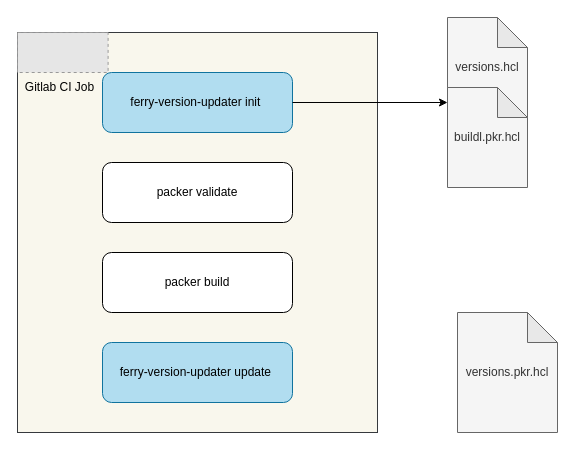
This is ferry-version-updater.drawio from YanshanSong/draw.io, a draw.io file, before an edit. Source tidied: cells renumbered, new cells numbered last; positions are measured from the earlier drawing's top-left corner, leaving out a move shared by most shapes. Both pictures are drawn from the tidied source at 100%, with x=0, y=0 at pixel (17, 17). Pictures stored in the file or linked from it are replaced by grey dashed boxes.
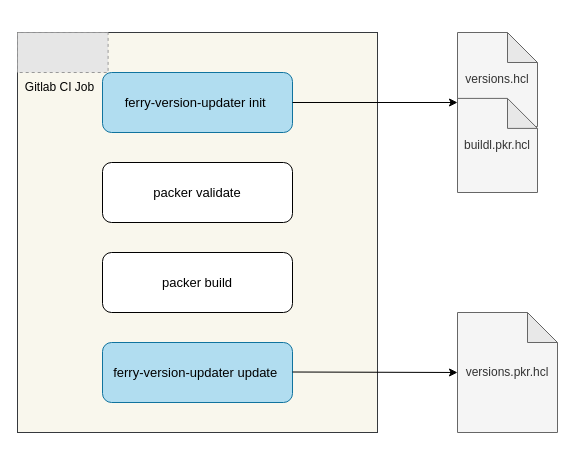
After the change.

What changed in the source:
```diff
@@
 <mxGraphModel>
   <root>
     <mxCell id="0" />
     <mxCell id="1" parent="0" />
     <mxCell id="2" style="rounded=0;whiteSpace=wrap;html=1;fillColor=#f9f7ed;strokeColor=#36393d;" parent="1" vertex="1">
       <mxGeometry y="15" width="360" height="400" as="geometry" />
     </mxCell>
-    <mxCell id="3" value="ferry-version-updater init&amp;nbsp;" style="rounded=1;whiteSpace=wrap;html=1;fillColor=#b1ddf0;strokeColor=#10739e;" parent="1" vertex="1">
+    <mxCell id="3" value="ferry-version-updater init&amp;nbsp;" style="rounded=1;whiteSpace=wrap;html=1;fillColor=#b1ddf0;strokeColor=#10739e;fontSize=13;" parent="1" vertex="1">
       <mxGeometry x="85" y="55" width="190" height="60" as="geometry" />
     </mxCell>
-    <mxCell id="4" value="packer validate" style="rounded=1;whiteSpace=wrap;html=1;" parent="1" vertex="1">
+    <mxCell id="4" value="packer validate" style="rounded=1;whiteSpace=wrap;html=1;fontSize=13;" parent="1" vertex="1">
       <mxGeometry x="85" y="145" width="190" height="60" as="geometry" />
     </mxCell>
-    <mxCell id="5" value="packer build" style="rounded=1;whiteSpace=wrap;html=1;" parent="1" vertex="1">
+    <mxCell id="5" value="packer build" style="rounded=1;whiteSpace=wrap;html=1;fontSize=13;" parent="1" vertex="1">
       <mxGeometry x="85" y="235" width="190" height="60" as="geometry" />
     </mxCell>
-    <mxCell id="6" value="ferry-version-updater update&amp;nbsp;" style="rounded=1;whiteSpace=wrap;html=1;fillColor=#b1ddf0;strokeColor=#10739e;" parent="1" vertex="1">
+    <mxCell id="6" value="ferry-version-updater update&amp;nbsp;" style="rounded=1;whiteSpace=wrap;html=1;fillColor=#b1ddf0;strokeColor=#10739e;fontSize=13;" parent="1" vertex="1">
       <mxGeometry x="85" y="325" width="190" height="60" as="geometry" />
     </mxCell>
     <mxCell id="7" style="fillColor=#E6E6E6;strokeColor=#999999;dashed=1;verticalLabelPosition=bottom;labelBackgroundColor=default;verticalAlign=top;" parent="1" vertex="1">
       <mxGeometry y="15" width="90.6" height="40" as="geometry" />
     </mxCell>
     <mxCell id="8" value="Gitlab CI Job" style="text;html=1;strokeColor=none;fillColor=none;align=center;verticalAlign=middle;whiteSpace=wrap;rounded=0;" parent="1" vertex="1">
       <mxGeometry y="55" width="85" height="30" as="geometry" />
     </mxCell>
     <mxCell id="9" style="group;" parent="1" vertex="1">
-      <mxGeometry x="430" width="80" height="170" as="geometry" />
+      <mxGeometry x="440" y="15" width="80" height="160" as="geometry" />
     </mxCell>
     <mxCell id="10" value="versions.hcl" style="shape=note;whiteSpace=wrap;html=1;backgroundOutline=1;darkOpacity=0.05;fillColor=#f5f5f5;fontColor=#333333;strokeColor=#666666;" parent="9" vertex="1">
-      <mxGeometry width="80" height="100" as="geometry" />
+      <mxGeometry width="80" height="94.1" as="geometry" />
     </mxCell>
     <mxCell id="11" value="buildl.pkr.hcl" style="shape=note;whiteSpace=wrap;html=1;backgroundOutline=1;darkOpacity=0.05;fillColor=#f5f5f5;fontColor=#333333;strokeColor=#666666;" parent="9" vertex="1">
-      <mxGeometry y="70" width="80" height="100" as="geometry" />
+      <mxGeometry y="65.9" width="80" height="94.1" as="geometry" />
     </mxCell>
-    <mxCell id="12" style="endArrow=classic;html=1;rounded=0;exitX=1;exitY=0.5;exitDx=0;exitDy=0;entryX=0;entryY=0.15;entryDx=0;entryDy=0;entryPerimeter=0;" parent="1" edge="1" source="3" target="11">
-      <mxGeometry relative="1" as="geometry" />
+    <mxCell id="12" style="endArrow=classic;html=1;rounded=0;" parent="1" edge="1">
+      <mxGeometry relative="1" as="geometry">
+        <mxPoint x="275" y="85" as="sourcePoint" />
+        <mxPoint x="440" y="85" as="targetPoint" />
+      </mxGeometry>
     </mxCell>
     <mxCell id="13" value="versions.pkr.hcl" style="shape=note;whiteSpace=wrap;html=1;backgroundOutline=1;darkOpacity=0.05;fillColor=#f5f5f5;strokeColor=#666666;fontColor=#333333;" parent="1" vertex="1">
       <mxGeometry x="440" y="295" width="100" height="120" as="geometry" />
     </mxCell>
+    <mxCell id="14" style="endArrow=classic;html=1;rounded=0;exitX=1;exitY=0.5;exitDx=0;exitDy=0;entryX=0;entryY=0.5;entryDx=0;entryDy=0;entryPerimeter=0;" parent="1" edge="1" target="13">
+      <mxGeometry relative="1" as="geometry">
+        <mxPoint x="275" y="354.5" as="sourcePoint" />
+      </mxGeometry>
+    </mxCell>
   </root>
 </mxGraphModel>
```
